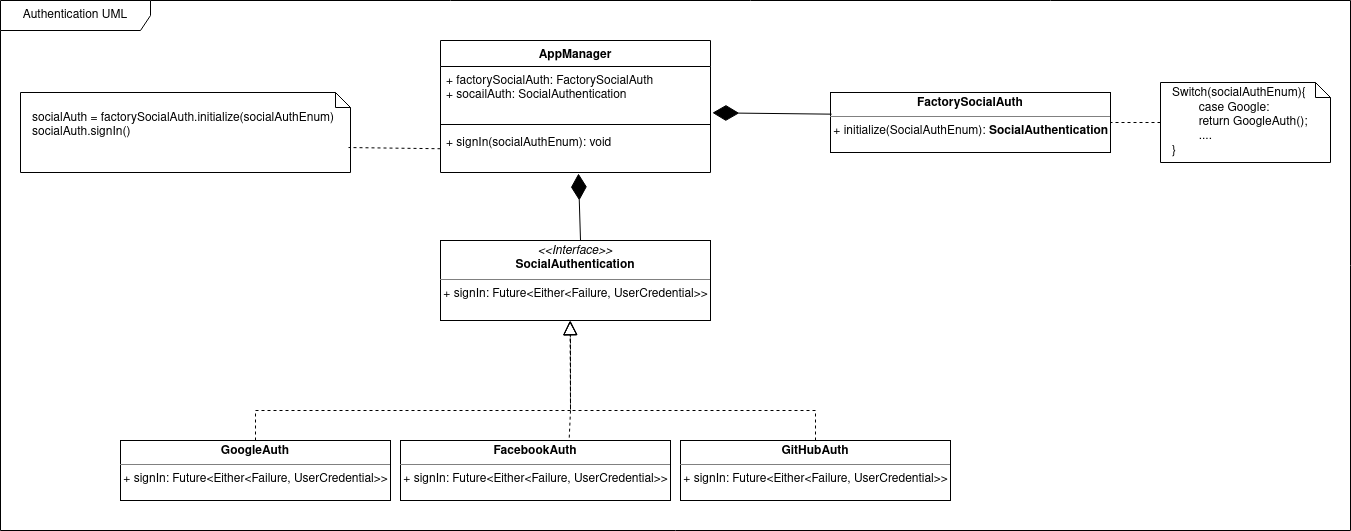
AhmedKhairyM0/SOLID-Principles keeps this draw.io diagram as Authentication UML.png. Above is the earlier version. Source tidied: cells renumbered, new cells last; positions are measured from the earlier drawing's top-left corner, leaving out a move shared by most shapes. Its diagram source:
```xml
<mxGraphModel>
  <root>
    <mxCell id="0" />
    <mxCell id="1" parent="0" />
    <mxCell id="2" value="&lt;p style=&quot;margin: 0px ; margin-top: 4px ; text-align: center&quot;&gt;&lt;i&gt;&amp;lt;&amp;lt;Interface&amp;gt;&amp;gt;&lt;/i&gt;&lt;br&gt;&lt;b&gt;SocialAuthentication&lt;/b&gt;&lt;br&gt;&lt;/p&gt;&lt;hr size=&quot;1&quot;&gt;&lt;div&gt;&amp;nbsp;+ signIn: Future&amp;lt;Either&amp;lt;Failure, UserCredential&amp;gt;&amp;gt;&lt;/div&gt;&lt;div&gt;&lt;br&gt;&lt;/div&gt;" style="verticalAlign=top;align=left;overflow=fill;fontSize=12;fontFamily=Helvetica;html=1;" parent="1" vertex="1">
      <mxGeometry x="440" y="240" width="270" height="80" as="geometry" />
    </mxCell>
    <mxCell id="3" value="&lt;p style=&quot;margin: 0px ; margin-top: 4px ; text-align: center&quot;&gt;&lt;b&gt;GoogleAuth&lt;/b&gt;&lt;br&gt;&lt;/p&gt;&lt;hr size=&quot;1&quot;&gt;&lt;div&gt;&amp;nbsp;+ signIn: Future&amp;lt;Either&amp;lt;Failure, UserCredential&amp;gt;&amp;gt;&lt;br&gt;&lt;/div&gt;" style="verticalAlign=top;align=left;overflow=fill;fontSize=12;fontFamily=Helvetica;html=1;" parent="1" vertex="1">
      <mxGeometry x="120" y="440" width="270" height="60" as="geometry" />
    </mxCell>
    <mxCell id="4" value="&lt;p style=&quot;margin: 0px ; margin-top: 4px ; text-align: center&quot;&gt;&lt;b&gt;FactorySocialAuth&lt;/b&gt;&lt;/p&gt;&lt;hr size=&quot;1&quot;&gt;&lt;div style=&quot;height: 2px&quot;&gt;&amp;nbsp;+ initialize(SocialAuthEnum): &lt;b&gt;SocialAuthentication&lt;/b&gt;&lt;/div&gt;" style="verticalAlign=top;align=left;overflow=fill;fontSize=12;fontFamily=Helvetica;html=1;" parent="1" vertex="1">
      <mxGeometry x="830" y="92" width="280" height="60" as="geometry" />
    </mxCell>
    <mxCell id="5" value="AppManager" style="swimlane;fontStyle=1;align=center;verticalAlign=top;horizontal=1;startSize=26;" parent="1" vertex="1">
      <mxGeometry x="440" y="40" width="270" height="132" as="geometry" />
    </mxCell>
    <mxCell id="6" value="+ factorySocialAuth: FactorySocialAuth&#10;+ socailAuth: SocialAuthentication" style="text;strokeColor=none;fillColor=none;align=left;verticalAlign=top;spacingLeft=4;spacingRight=4;overflow=hidden;points=[[0,0.5],[1,0.5]];portConstraint=eastwest;" parent="5" vertex="1">
      <mxGeometry y="26" width="270" height="54" as="geometry" />
    </mxCell>
    <mxCell id="7" style="line;strokeWidth=1;fillColor=none;align=left;verticalAlign=middle;spacingTop=-1;spacingLeft=3;spacingRight=3;labelPosition=right;" parent="5" vertex="1">
      <mxGeometry y="80" width="270" height="8" as="geometry" />
    </mxCell>
    <mxCell id="8" value="+ signIn(socialAuthEnum): void" style="text;strokeColor=none;fillColor=none;align=left;verticalAlign=top;spacingLeft=4;spacingRight=4;overflow=hidden;points=[[0,0.5],[1,0.5]];portConstraint=eastwest;" parent="5" vertex="1">
      <mxGeometry y="88" width="270" height="44" as="geometry" />
    </mxCell>
    <mxCell id="9" value="&lt;div&gt;Switch(socialAuthEnum){&lt;/div&gt;&lt;div&gt;&lt;span style=&quot;white-space: pre&quot;&gt;&#9;&lt;/span&gt;case Google:&lt;/div&gt;&lt;div&gt;&lt;span style=&quot;white-space: pre&quot;&gt;&#9;&lt;/span&gt;return GoogleAuth();&lt;/div&gt;&lt;div&gt;&lt;span style=&quot;white-space: pre&quot;&gt;&#9;&lt;/span&gt;....&lt;br&gt;&lt;/div&gt;&lt;div&gt;}&lt;/div&gt;" style="shape=note;size=15;align=left;spacingLeft=10;html=1;whiteSpace=wrap;" parent="1" vertex="1">
      <mxGeometry x="1160" y="82" width="170" height="80" as="geometry" />
    </mxCell>
    <mxCell id="10" style="edgeStyle=none;endArrow=none;exitX=0;exitY=0.5;dashed=1;html=1;rounded=0;exitDx=0;exitDy=0;exitPerimeter=0;entryX=1;entryY=0.5;entryDx=0;entryDy=0;" parent="1" edge="1" source="9" target="4">
      <mxGeometry x="1" relative="1" as="geometry" />
    </mxCell>
    <mxCell id="11" value="&lt;div&gt;socialAuth = factorySocialAuth.initialize(socialAuthEnum)&lt;/div&gt;&lt;div&gt;socialAuth.signIn()&lt;br&gt;&lt;/div&gt;&lt;div&gt;&lt;br&gt;&lt;/div&gt;" style="shape=note;size=15;align=left;spacingLeft=10;html=1;whiteSpace=wrap;" parent="1" vertex="1">
      <mxGeometry x="20" y="92" width="330" height="80" as="geometry" />
    </mxCell>
    <mxCell id="12" style="edgeStyle=none;endArrow=none;dashed=1;html=1;rounded=0;entryX=0.994;entryY=0.688;entryDx=0;entryDy=0;entryPerimeter=0;" parent="1" edge="1" source="8" target="11">
      <mxGeometry x="1" relative="1" as="geometry" />
    </mxCell>
    <mxCell id="13" value="Authentication UML" style="shape=umlFrame;whiteSpace=wrap;html=1;width=150;height=30;" parent="1" vertex="1">
      <mxGeometry width="1350" height="530" as="geometry" />
    </mxCell>
    <mxCell id="14" style="endArrow=block;dashed=1;endFill=0;endSize=12;html=1;rounded=0;exitX=0.5;exitY=0;exitDx=0;exitDy=0;entryX=0.48;entryY=1.003;entryDx=0;entryDy=0;entryPerimeter=0;" parent="1" edge="1" source="3" target="2">
      <mxGeometry relative="1" as="geometry">
        <Array as="points">
          <mxPoint x="255" y="410" />
          <mxPoint x="570" y="410" />
        </Array>
      </mxGeometry>
    </mxCell>
    <mxCell id="15" style="endArrow=block;dashed=1;endFill=0;endSize=12;html=1;rounded=0;exitX=0.625;exitY=-0.048;exitDx=0;exitDy=0;exitPerimeter=0;entryX=0.481;entryY=1;entryDx=0;entryDy=0;entryPerimeter=0;" parent="1" edge="1" source="17" target="2">
      <mxGeometry relative="1" as="geometry">
        <Array as="points">
          <mxPoint x="570" y="410" />
          <mxPoint x="570" y="370" />
        </Array>
      </mxGeometry>
    </mxCell>
    <mxCell id="16" style="endArrow=block;dashed=1;endFill=0;endSize=12;html=1;rounded=0;exitX=0.5;exitY=0;exitDx=0;exitDy=0;entryX=0.479;entryY=1.003;entryDx=0;entryDy=0;entryPerimeter=0;" parent="1" edge="1" source="18" target="2">
      <mxGeometry relative="1" as="geometry">
        <Array as="points">
          <mxPoint x="815" y="410" />
          <mxPoint x="570" y="410" />
          <mxPoint x="570" y="340" />
        </Array>
      </mxGeometry>
    </mxCell>
    <mxCell id="17" value="&lt;p style=&quot;margin: 0px ; margin-top: 4px ; text-align: center&quot;&gt;&lt;b&gt;FacebookAuth&lt;/b&gt;&lt;br&gt;&lt;/p&gt;&lt;hr size=&quot;1&quot;&gt;&lt;div&gt;&amp;nbsp;+ signIn: Future&amp;lt;Either&amp;lt;Failure, UserCredential&amp;gt;&amp;gt;&lt;br&gt;&lt;/div&gt;" style="verticalAlign=top;align=left;overflow=fill;fontSize=12;fontFamily=Helvetica;html=1;" parent="1" vertex="1">
      <mxGeometry x="400" y="440" width="270" height="60" as="geometry" />
    </mxCell>
    <mxCell id="18" value="&lt;p style=&quot;margin: 0px ; margin-top: 4px ; text-align: center&quot;&gt;&lt;b&gt;GitHubAuth&lt;/b&gt;&lt;br&gt;&lt;/p&gt;&lt;hr size=&quot;1&quot;&gt;&lt;div&gt;&amp;nbsp;+ signIn: Future&amp;lt;Either&amp;lt;Failure, UserCredential&amp;gt;&amp;gt;&lt;br&gt;&lt;/div&gt;" style="verticalAlign=top;align=left;overflow=fill;fontSize=12;fontFamily=Helvetica;html=1;" parent="1" vertex="1">
      <mxGeometry x="680" y="440" width="270" height="60" as="geometry" />
    </mxCell>
    <mxCell id="19" style="endArrow=diamondThin;endFill=1;endSize=24;html=1;rounded=0;fontSize=30;fontColor=#B5CEFF;entryX=0.511;entryY=1.023;entryDx=0;entryDy=0;entryPerimeter=0;" parent="1" edge="1" target="8">
      <mxGeometry relative="1" as="geometry">
        <mxPoint x="580" y="240" as="sourcePoint" />
      </mxGeometry>
    </mxCell>
    <mxCell id="20" style="endArrow=diamondThin;endFill=1;endSize=24;html=1;rounded=0;fontSize=30;fontColor=#B5CEFF;entryX=1.007;entryY=0.858;entryDx=0;entryDy=0;entryPerimeter=0;exitX=0.004;exitY=0.361;exitDx=0;exitDy=0;exitPerimeter=0;" parent="1" edge="1" source="4" target="6">
      <mxGeometry relative="1" as="geometry" />
    </mxCell>
  </root>
</mxGraphModel>
```
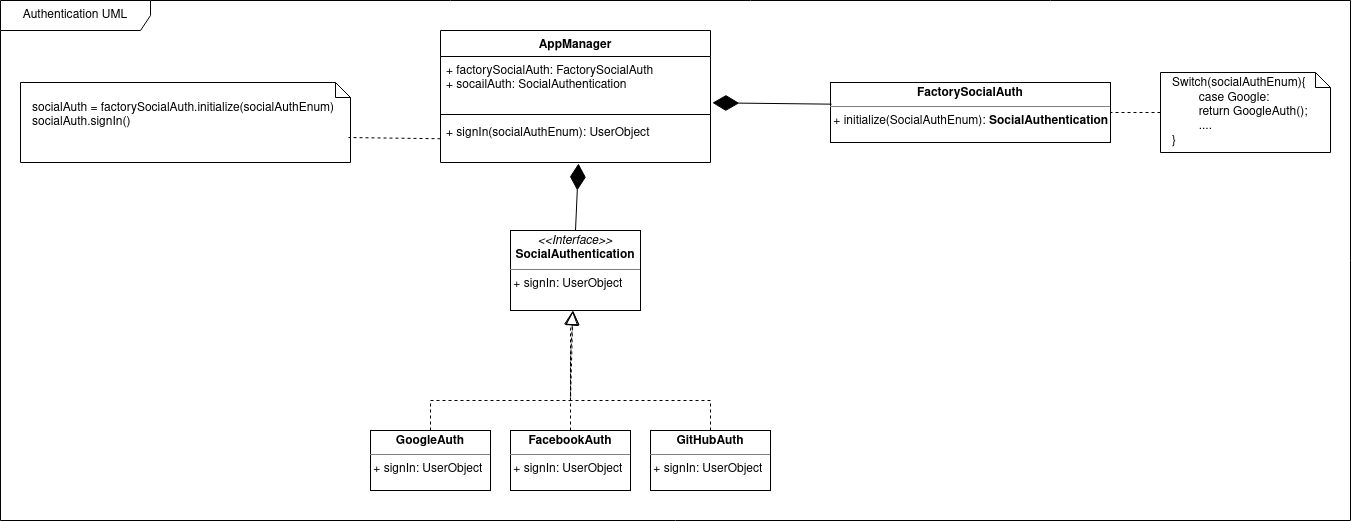
Above is the later version.

Commit message:
update UML to be become general

Change to the diagram source:
```diff
@@ -2,11 +2,11 @@
   <root>
     <mxCell id="0" />
     <mxCell id="1" parent="0" />
-    <mxCell id="2" value="&lt;p style=&quot;margin: 0px ; margin-top: 4px ; text-align: center&quot;&gt;&lt;i&gt;&amp;lt;&amp;lt;Interface&amp;gt;&amp;gt;&lt;/i&gt;&lt;br&gt;&lt;b&gt;SocialAuthentication&lt;/b&gt;&lt;br&gt;&lt;/p&gt;&lt;hr size=&quot;1&quot;&gt;&lt;div&gt;&amp;nbsp;+ signIn: Future&amp;lt;Either&amp;lt;Failure, UserCredential&amp;gt;&amp;gt;&lt;/div&gt;&lt;div&gt;&lt;br&gt;&lt;/div&gt;" style="verticalAlign=top;align=left;overflow=fill;fontSize=12;fontFamily=Helvetica;html=1;" parent="1" vertex="1">
-      <mxGeometry x="440" y="240" width="270" height="80" as="geometry" />
+    <mxCell id="2" value="&lt;p style=&quot;margin: 0px ; margin-top: 4px ; text-align: center&quot;&gt;&lt;i&gt;&amp;lt;&amp;lt;Interface&amp;gt;&amp;gt;&lt;/i&gt;&lt;br&gt;&lt;b&gt;SocialAuthentication&lt;/b&gt;&lt;br&gt;&lt;/p&gt;&lt;hr size=&quot;1&quot;&gt;&lt;div&gt;&amp;nbsp;+ signIn: UserObject&lt;br&gt;&lt;/div&gt;&lt;div&gt;&lt;br&gt;&lt;/div&gt;" style="verticalAlign=top;align=left;overflow=fill;fontSize=12;fontFamily=Helvetica;html=1;" parent="1" vertex="1">
+      <mxGeometry x="510" y="240" width="130" height="80" as="geometry" />
     </mxCell>
-    <mxCell id="3" value="&lt;p style=&quot;margin: 0px ; margin-top: 4px ; text-align: center&quot;&gt;&lt;b&gt;GoogleAuth&lt;/b&gt;&lt;br&gt;&lt;/p&gt;&lt;hr size=&quot;1&quot;&gt;&lt;div&gt;&amp;nbsp;+ signIn: Future&amp;lt;Either&amp;lt;Failure, UserCredential&amp;gt;&amp;gt;&lt;br&gt;&lt;/div&gt;" style="verticalAlign=top;align=left;overflow=fill;fontSize=12;fontFamily=Helvetica;html=1;" parent="1" vertex="1">
-      <mxGeometry x="120" y="440" width="270" height="60" as="geometry" />
+    <mxCell id="3" value="&lt;p style=&quot;margin: 0px ; margin-top: 4px ; text-align: center&quot;&gt;&lt;b&gt;GoogleAuth&lt;/b&gt;&lt;br&gt;&lt;/p&gt;&lt;hr size=&quot;1&quot;&gt;&lt;div&gt;&amp;nbsp;+ signIn: UserObject&lt;br&gt;&lt;/div&gt;" style="verticalAlign=top;align=left;overflow=fill;fontSize=12;fontFamily=Helvetica;html=1;" parent="1" vertex="1">
+      <mxGeometry x="370" y="440" width="120" height="60" as="geometry" />
     </mxCell>
     <mxCell id="4" value="&lt;p style=&quot;margin: 0px ; margin-top: 4px ; text-align: center&quot;&gt;&lt;b&gt;FactorySocialAuth&lt;/b&gt;&lt;/p&gt;&lt;hr size=&quot;1&quot;&gt;&lt;div style=&quot;height: 2px&quot;&gt;&amp;nbsp;+ initialize(SocialAuthEnum): &lt;b&gt;SocialAuthentication&lt;/b&gt;&lt;/div&gt;" style="verticalAlign=top;align=left;overflow=fill;fontSize=12;fontFamily=Helvetica;html=1;" parent="1" vertex="1">
       <mxGeometry x="830" y="92" width="280" height="60" as="geometry" />
@@ -20,7 +20,7 @@
     <mxCell id="7" style="line;strokeWidth=1;fillColor=none;align=left;verticalAlign=middle;spacingTop=-1;spacingLeft=3;spacingRight=3;labelPosition=right;" parent="5" vertex="1">
       <mxGeometry y="80" width="270" height="8" as="geometry" />
     </mxCell>
-    <mxCell id="8" value="+ signIn(socialAuthEnum): void" style="text;strokeColor=none;fillColor=none;align=left;verticalAlign=top;spacingLeft=4;spacingRight=4;overflow=hidden;points=[[0,0.5],[1,0.5]];portConstraint=eastwest;" parent="5" vertex="1">
+    <mxCell id="8" value="+ signIn(socialAuthEnum): UserObject" style="text;strokeColor=none;fillColor=none;align=left;verticalAlign=top;spacingLeft=4;spacingRight=4;overflow=hidden;points=[[0,0.5],[1,0.5]];portConstraint=eastwest;" parent="5" vertex="1">
       <mxGeometry y="88" width="270" height="44" as="geometry" />
     </mxCell>
     <mxCell id="9" value="&lt;div&gt;Switch(socialAuthEnum){&lt;/div&gt;&lt;div&gt;&lt;span style=&quot;white-space: pre&quot;&gt;&#9;&lt;/span&gt;case Google:&lt;/div&gt;&lt;div&gt;&lt;span style=&quot;white-space: pre&quot;&gt;&#9;&lt;/span&gt;return GoogleAuth();&lt;/div&gt;&lt;div&gt;&lt;span style=&quot;white-space: pre&quot;&gt;&#9;&lt;/span&gt;....&lt;br&gt;&lt;/div&gt;&lt;div&gt;}&lt;/div&gt;" style="shape=note;size=15;align=left;spacingLeft=10;html=1;whiteSpace=wrap;" parent="1" vertex="1">
@@ -36,17 +36,17 @@
       <mxGeometry x="1" relative="1" as="geometry" />
     </mxCell>
     <mxCell id="13" value="Authentication UML" style="shape=umlFrame;whiteSpace=wrap;html=1;width=150;height=30;" parent="1" vertex="1">
-      <mxGeometry width="1350" height="530" as="geometry" />
+      <mxGeometry y="10" width="1350" height="520" as="geometry" />
     </mxCell>
     <mxCell id="14" style="endArrow=block;dashed=1;endFill=0;endSize=12;html=1;rounded=0;exitX=0.5;exitY=0;exitDx=0;exitDy=0;entryX=0.48;entryY=1.003;entryDx=0;entryDy=0;entryPerimeter=0;" parent="1" edge="1" source="3" target="2">
       <mxGeometry relative="1" as="geometry">
         <Array as="points">
-          <mxPoint x="255" y="410" />
+          <mxPoint x="430" y="410" />
           <mxPoint x="570" y="410" />
         </Array>
       </mxGeometry>
     </mxCell>
-    <mxCell id="15" style="endArrow=block;dashed=1;endFill=0;endSize=12;html=1;rounded=0;exitX=0.625;exitY=-0.048;exitDx=0;exitDy=0;exitPerimeter=0;entryX=0.481;entryY=1;entryDx=0;entryDy=0;entryPerimeter=0;" parent="1" edge="1" source="17" target="2">
+    <mxCell id="15" style="endArrow=block;dashed=1;endFill=0;endSize=12;html=1;rounded=0;exitX=0.5;exitY=0;exitDx=0;exitDy=0;entryX=0.481;entryY=1;entryDx=0;entryDy=0;entryPerimeter=0;" parent="1" edge="1" source="17" target="2">
       <mxGeometry relative="1" as="geometry">
         <Array as="points">
           <mxPoint x="570" y="410" />
@@ -57,22 +57,20 @@
     <mxCell id="16" style="endArrow=block;dashed=1;endFill=0;endSize=12;html=1;rounded=0;exitX=0.5;exitY=0;exitDx=0;exitDy=0;entryX=0.479;entryY=1.003;entryDx=0;entryDy=0;entryPerimeter=0;" parent="1" edge="1" source="18" target="2">
       <mxGeometry relative="1" as="geometry">
         <Array as="points">
-          <mxPoint x="815" y="410" />
+          <mxPoint x="710" y="410" />
           <mxPoint x="570" y="410" />
           <mxPoint x="570" y="340" />
         </Array>
       </mxGeometry>
     </mxCell>
-    <mxCell id="17" value="&lt;p style=&quot;margin: 0px ; margin-top: 4px ; text-align: center&quot;&gt;&lt;b&gt;FacebookAuth&lt;/b&gt;&lt;br&gt;&lt;/p&gt;&lt;hr size=&quot;1&quot;&gt;&lt;div&gt;&amp;nbsp;+ signIn: Future&amp;lt;Either&amp;lt;Failure, UserCredential&amp;gt;&amp;gt;&lt;br&gt;&lt;/div&gt;" style="verticalAlign=top;align=left;overflow=fill;fontSize=12;fontFamily=Helvetica;html=1;" parent="1" vertex="1">
-      <mxGeometry x="400" y="440" width="270" height="60" as="geometry" />
+    <mxCell id="17" value="&lt;p style=&quot;margin: 0px ; margin-top: 4px ; text-align: center&quot;&gt;&lt;b&gt;FacebookAuth&lt;/b&gt;&lt;br&gt;&lt;/p&gt;&lt;hr size=&quot;1&quot;&gt;&lt;div&gt;&amp;nbsp;+ signIn: UserObject&lt;br&gt;&lt;/div&gt;" style="verticalAlign=top;align=left;overflow=fill;fontSize=12;fontFamily=Helvetica;html=1;" parent="1" vertex="1">
+      <mxGeometry x="510" y="440" width="120" height="60" as="geometry" />
     </mxCell>
-    <mxCell id="18" value="&lt;p style=&quot;margin: 0px ; margin-top: 4px ; text-align: center&quot;&gt;&lt;b&gt;GitHubAuth&lt;/b&gt;&lt;br&gt;&lt;/p&gt;&lt;hr size=&quot;1&quot;&gt;&lt;div&gt;&amp;nbsp;+ signIn: Future&amp;lt;Either&amp;lt;Failure, UserCredential&amp;gt;&amp;gt;&lt;br&gt;&lt;/div&gt;" style="verticalAlign=top;align=left;overflow=fill;fontSize=12;fontFamily=Helvetica;html=1;" parent="1" vertex="1">
-      <mxGeometry x="680" y="440" width="270" height="60" as="geometry" />
+    <mxCell id="18" value="&lt;p style=&quot;margin: 0px ; margin-top: 4px ; text-align: center&quot;&gt;&lt;b&gt;GitHubAuth&lt;/b&gt;&lt;br&gt;&lt;/p&gt;&lt;hr size=&quot;1&quot;&gt;&lt;div&gt;&amp;nbsp;+ signIn: UserObject&lt;br&gt;&lt;/div&gt;" style="verticalAlign=top;align=left;overflow=fill;fontSize=12;fontFamily=Helvetica;html=1;" parent="1" vertex="1">
+      <mxGeometry x="650" y="440" width="120" height="60" as="geometry" />
     </mxCell>
-    <mxCell id="19" style="endArrow=diamondThin;endFill=1;endSize=24;html=1;rounded=0;fontSize=30;fontColor=#B5CEFF;entryX=0.511;entryY=1.023;entryDx=0;entryDy=0;entryPerimeter=0;" parent="1" edge="1" target="8">
-      <mxGeometry relative="1" as="geometry">
-        <mxPoint x="580" y="240" as="sourcePoint" />
-      </mxGeometry>
+    <mxCell id="19" style="endArrow=diamondThin;endFill=1;endSize=24;html=1;rounded=0;fontSize=30;fontColor=#B5CEFF;entryX=0.511;entryY=1.023;entryDx=0;entryDy=0;entryPerimeter=0;exitX=0.5;exitY=0;exitDx=0;exitDy=0;" parent="1" edge="1" source="2" target="8">
+      <mxGeometry relative="1" as="geometry" />
     </mxCell>
     <mxCell id="20" style="endArrow=diamondThin;endFill=1;endSize=24;html=1;rounded=0;fontSize=30;fontColor=#B5CEFF;entryX=1.007;entryY=0.858;entryDx=0;entryDy=0;entryPerimeter=0;exitX=0.004;exitY=0.361;exitDx=0;exitDy=0;exitPerimeter=0;" parent="1" edge="1" source="4" target="6">
       <mxGeometry relative="1" as="geometry" />
```
